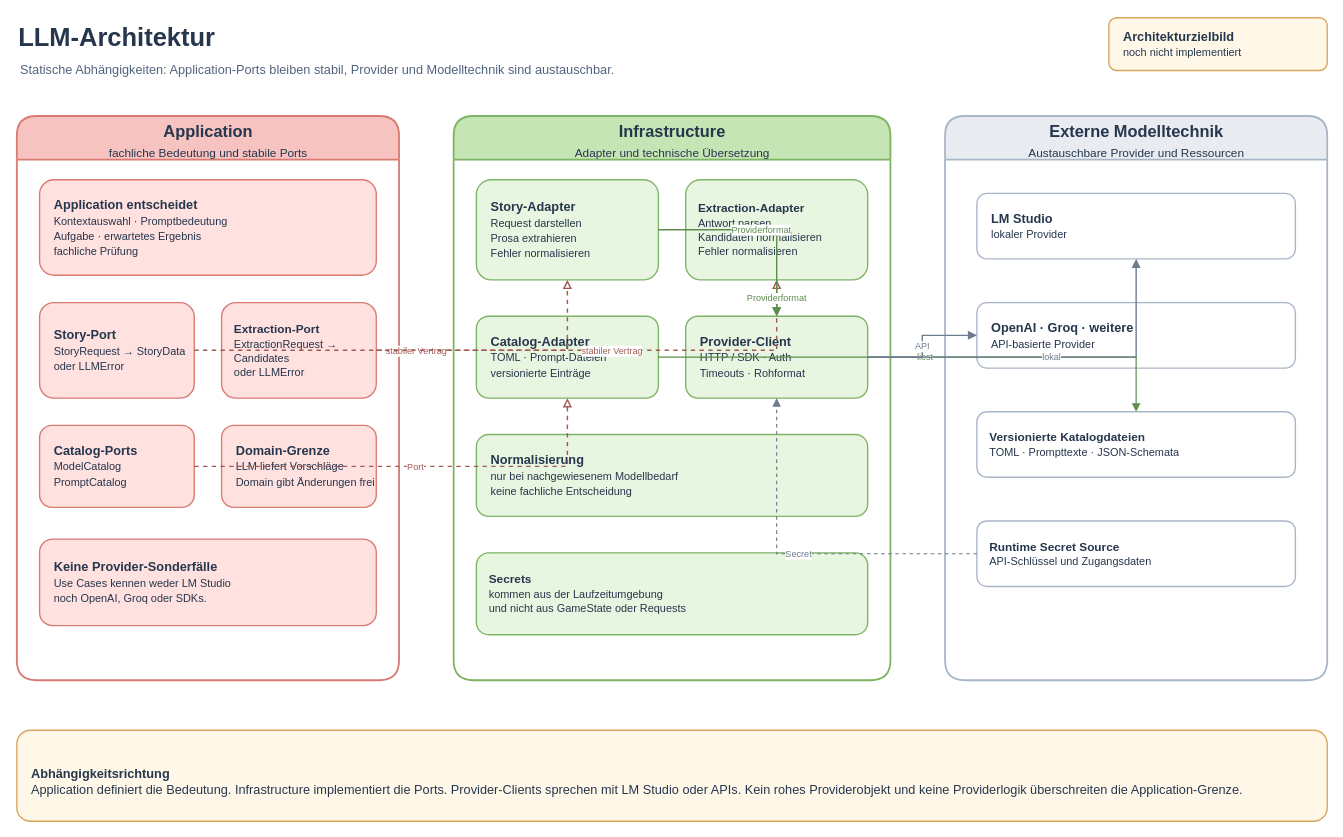
Earlier version of the draw.io diagram page "LLM-Architektur" (5 of 5) of docs/human/technical/architektur.drawio (ukf-hoppmann/my_story_game). Source tidied: cells renumbered, new cells numbered last; positions are measured from the earlier drawing's top-left corner, leaving out a move shared by most shapes. Both pictures are drawn from the tidied source at 91%, with x=0, y=0 at pixel (16, 15).
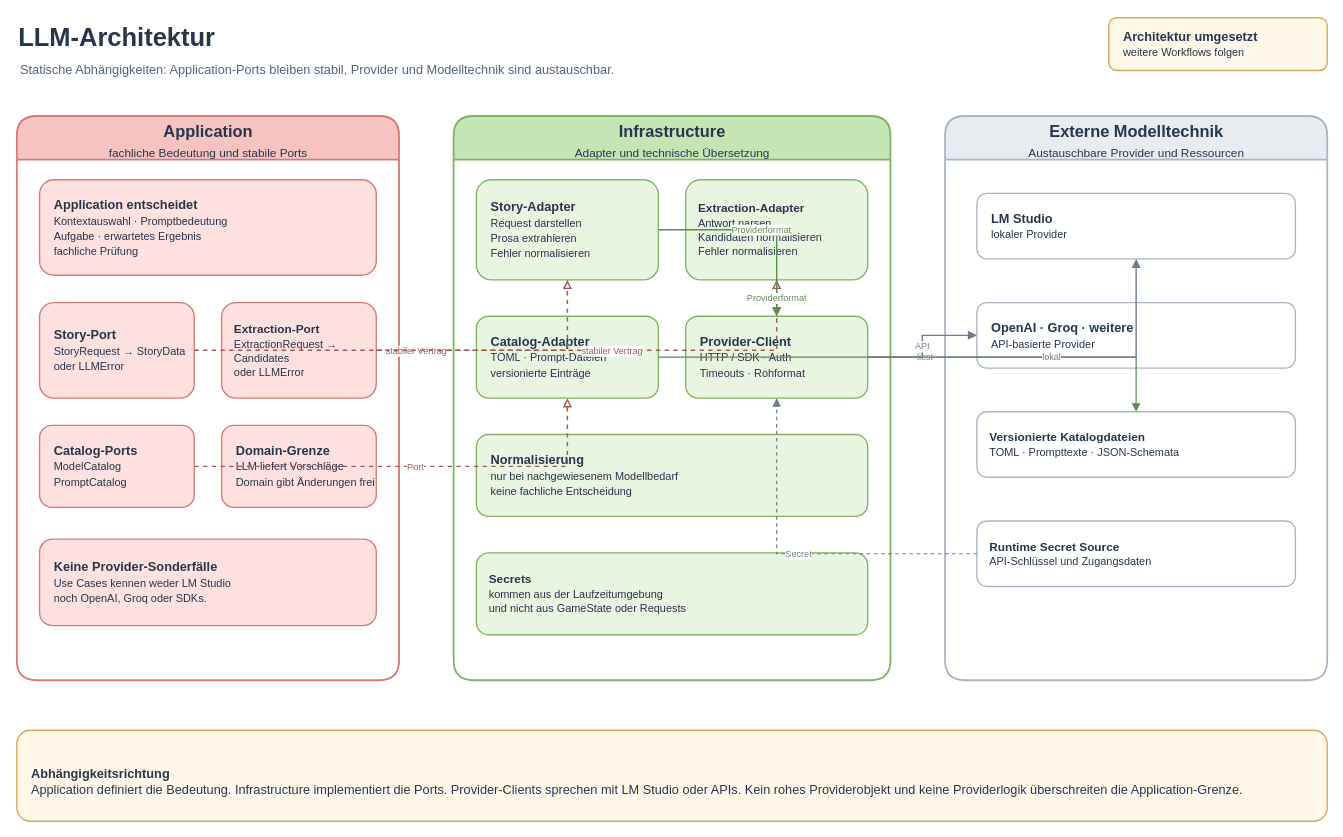
The same diagram, later.

Change to the diagram source:
```diff
@@
-    <mxCell id="4" value="&lt;b&gt;Architekturzielbild&lt;/b&gt;&lt;br&gt;&lt;font style=&quot;font-size:12px;font-weight:normal&quot;&gt;noch nicht implementiert&lt;/font&gt;" style="rounded=1;whiteSpace=wrap;html=1;fillColor=#FFF8E8;strokeColor=#D7A65C;strokeWidth=1.5;fontColor=#26364D;fontSize=14;align=left;verticalAlign=middle;spacingLeft=14;" parent="1" vertex="1">
+    <mxCell id="4" value="&lt;b&gt;Architektur umgesetzt&lt;/b&gt;&lt;br&gt;&lt;font style=&quot;font-size:12px;font-weight:normal&quot;&gt;weitere Workflows folgen&lt;/font&gt;" style="rounded=1;whiteSpace=wrap;html=1;fillColor=#FFF8E8;strokeColor=#D7A65C;strokeWidth=1.5;fontColor=#26364D;fontSize=14;align=left;verticalAlign=middle;spacingLeft=14;" parent="1" vertex="1">
       <mxGeometry x="1200" y="2" width="240" height="58" as="geometry" />
     </mxCell>
```
